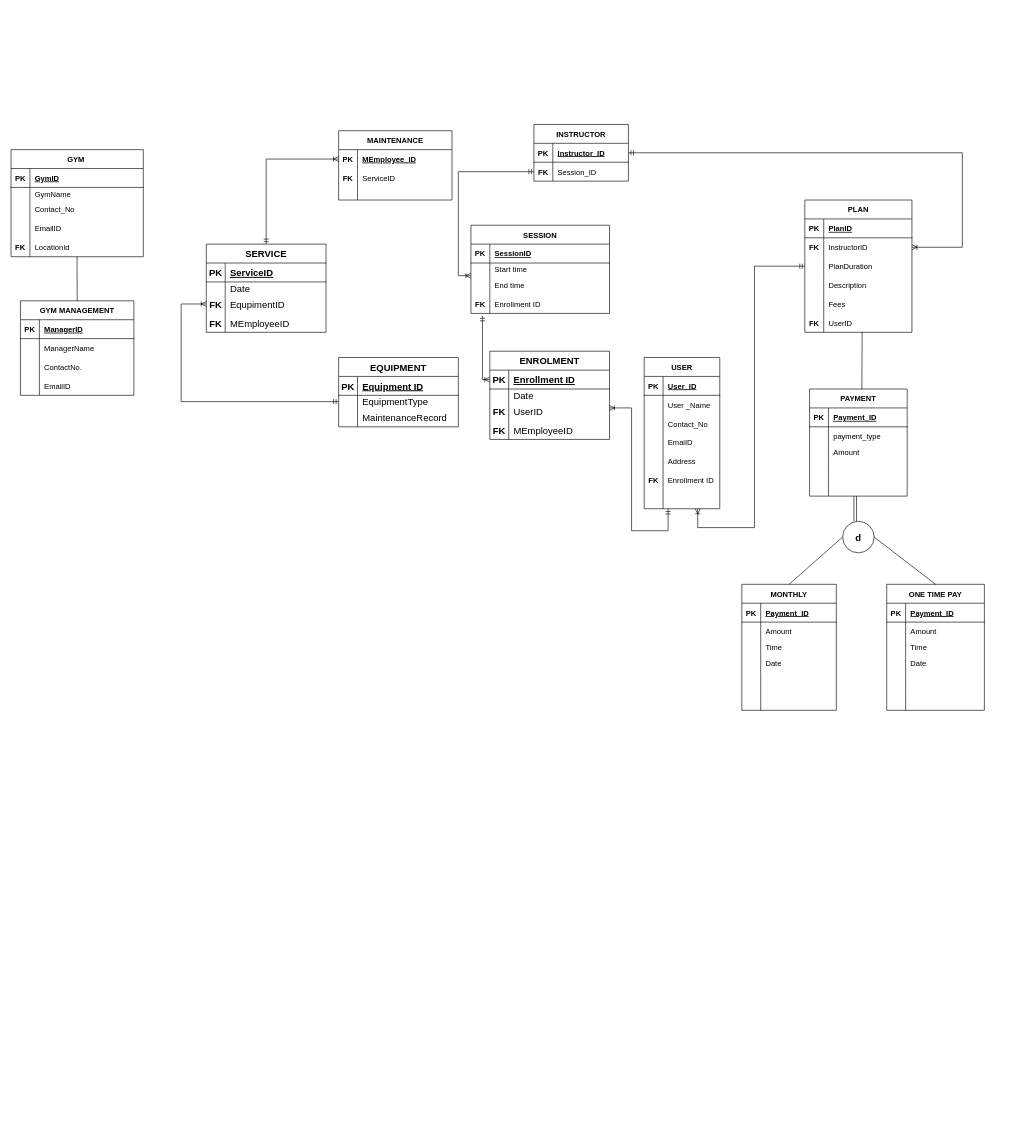
Before: Gym_Management_ERD.drawio in Tharunip/DAMG6210_PROJECT11, a draw.io diagram. Source tidied: cells renumbered, new cells numbered last; positions are measured from the earlier drawing's top-left corner, leaving out a move shared by most shapes. Both pictures are drawn from the tidied source at 63%, with x=0, y=0 at pixel (11, 124).
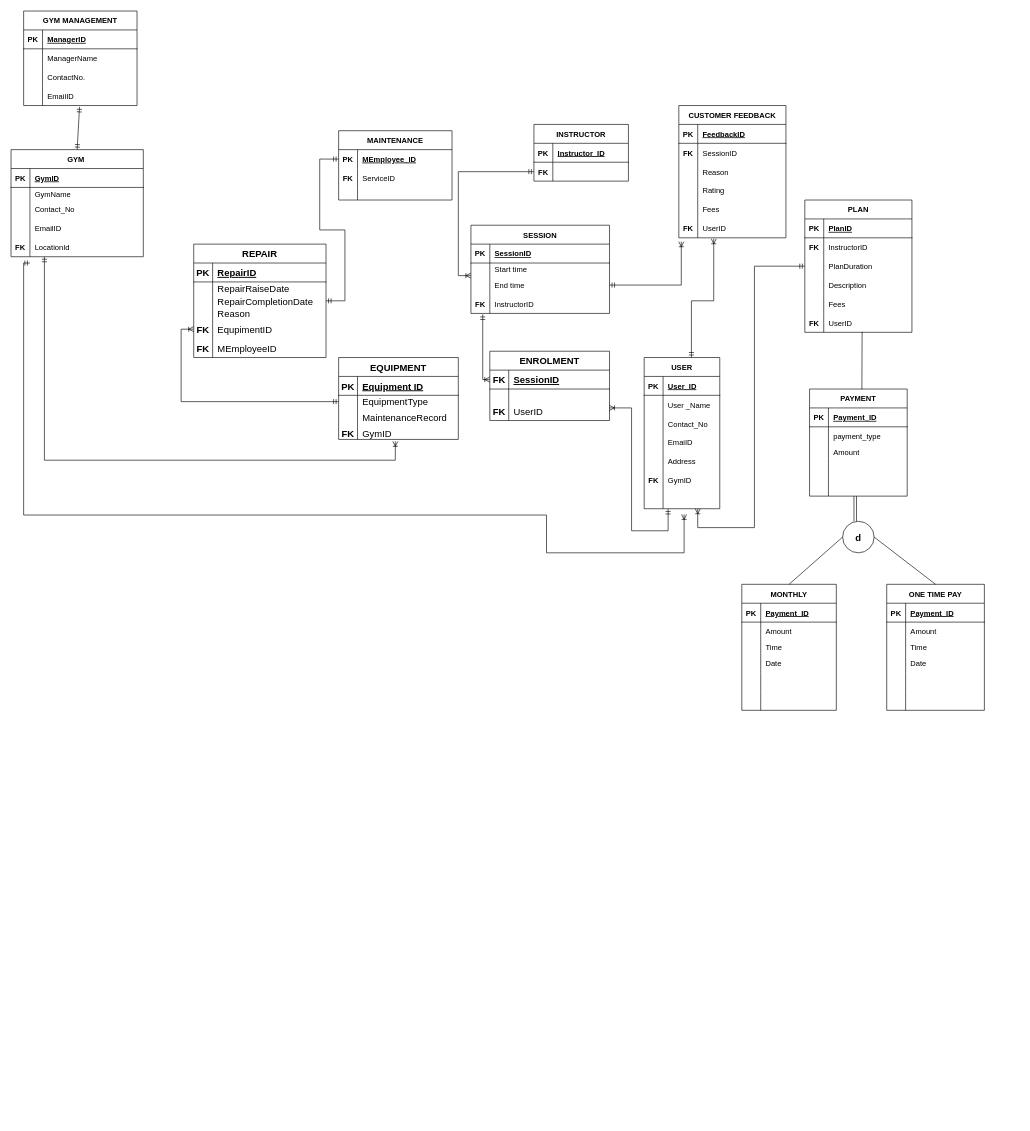
The same diagram, later.

The change refers to these unchanged cells:
```xml
<mxCell id="16" style="shape=tableRow;horizontal=0;startSize=0;swimlaneHead=0;swimlaneBody=0;fillColor=none;points=[[0,0.5],[1,0.5]];portConstraint=eastwest;top=0;left=0;right=0;bottom=0;" parent="3" vertex="1">
  <mxGeometry y="140" width="210" height="30" as="geometry" />
</mxCell>
<mxCell id="20" style="shape=tableRow;horizontal=0;startSize=0;swimlaneHead=0;swimlaneBody=0;fillColor=none;points=[[0,0.5],[1,0.5]];portConstraint=eastwest;top=0;left=0;right=0;bottom=1;" parent="19" vertex="1">
  <mxGeometry y="30" width="150" height="30" as="geometry" />
</mxCell>
<mxCell id="23" style="shape=tableRow;horizontal=0;startSize=0;swimlaneHead=0;swimlaneBody=0;fillColor=none;points=[[0,0.5],[1,0.5]];portConstraint=eastwest;top=0;left=0;right=0;bottom=0;" parent="19" vertex="1">
  <mxGeometry y="60" width="150" height="30" as="geometry" />
</mxCell>
<mxCell id="33" style="shape=tableRow;horizontal=0;startSize=0;swimlaneHead=0;swimlaneBody=0;fillColor=none;points=[[0,0.5],[1,0.5]];portConstraint=eastwest;top=0;left=0;right=0;bottom=0;" parent="26" vertex="1">
  <mxGeometry y="80" width="220" height="30" as="geometry" />
</mxCell>
<mxCell id="36" style="shape=tableRow;horizontal=0;startSize=0;swimlaneHead=0;swimlaneBody=0;fillColor=none;points=[[0,0.5],[1,0.5]];portConstraint=eastwest;top=0;left=0;right=0;bottom=0;" parent="26" vertex="1">
  <mxGeometry y="110" width="220" height="30" as="geometry" />
</mxCell>
<mxCell id="39" value="USER" style="shape=table;startSize=30;childLayout=tableLayout;rowLines=0;fontStyle=1;align=center;" parent="1" vertex="1">
  <mxGeometry x="1005" y="370" width="120" height="240" as="geometry" />
</mxCell>
<mxCell id="55" style="shape=tableRow;horizontal=0;startSize=0;swimlaneHead=0;swimlaneBody=0;fillColor=none;top=0;left=0;right=0;bottom=0;" parent="39" vertex="1">
  <mxGeometry y="180" width="120" height="30" as="geometry" />
</mxCell>
<mxCell id="58" style="shape=tableRow;horizontal=0;startSize=0;swimlaneHead=0;swimlaneBody=0;fillColor=none;points=[[0,0.5],[1,0.5]];portConstraint=eastwest;top=0;left=0;right=0;bottom=0;" parent="39" vertex="1">
  <mxGeometry y="210" width="120" height="30" as="geometry" />
</mxCell>
<mxCell id="81" style="shape=tableRow;horizontal=0;startSize=0;swimlaneHead=0;swimlaneBody=0;fillColor=none;points=[[0,0.5],[1,0.5]];portConstraint=eastwest;top=0;left=0;right=0;bottom=0;" parent="77" vertex="1">
  <mxGeometry y="60" width="170" height="30" as="geometry" />
</mxCell>
<mxCell id="106" style="shape=tableRow;horizontal=0;startSize=0;swimlaneHead=0;swimlaneBody=0;fillColor=none;points=[[0,0.5],[1,0.5]];portConstraint=eastwest;top=0;left=0;right=0;bottom=0;" parent="96" vertex="1">
  <mxGeometry y="120" width="180" height="30" as="geometry" />
</mxCell>
<mxCell id="113" style="shape=tableRow;horizontal=0;startSize=0;swimlaneHead=0;swimlaneBody=0;fillColor=none;points=[[0,0.5],[1,0.5]];portConstraint=eastwest;top=0;left=0;right=0;bottom=0;fontStyle=1;" parent="112" vertex="1">
  <mxGeometry y="30" width="180" height="30" as="geometry" />
</mxCell>
<mxCell id="160" style="shape=tableRow;horizontal=0;startSize=0;swimlaneHead=0;swimlaneBody=0;fillColor=none;points=[[0,0.5],[1,0.5]];portConstraint=eastwest;top=0;left=0;right=0;bottom=1;fontSize=15;" parent="159" vertex="1">
  <mxGeometry y="30" width="190" height="30" as="geometry" />
</mxCell>
<mxCell id="163" style="shape=tableRow;horizontal=0;startSize=0;swimlaneHead=0;swimlaneBody=0;fillColor=none;top=0;left=0;right=0;bottom=0;fontSize=15;" parent="159" vertex="1">
  <mxGeometry y="60" width="190" height="20" as="geometry" />
</mxCell>
```

Change to the diagram source:
```diff
@@
-    <mxCell id="2" style="fontSize=12;html=1;endArrow=ERoneToMany;startArrow=ERmandOne;rounded=0;elbow=vertical;entryX=0;entryY=0.5;entryDx=0;entryDy=0;edgeStyle=orthogonalEdgeStyle;exitX=0.5;exitY=0;exitDx=0;exitDy=0;" parent="1" edge="1" source="146" target="113">
-      <mxGeometry relative="1" as="geometry">
-        <Array as="points">
-          <mxPoint x="405" y="55" />
-        </Array>
-      </mxGeometry>
-    </mxCell>
@@
-    <mxCell id="25" value="Session_ID" style="shape=partialRectangle;fillColor=none;top=0;left=0;bottom=0;right=0;align=left;spacingLeft=6;overflow=hidden;" parent="23" vertex="1">
+    <mxCell id="25" style="shape=partialRectangle;fillColor=none;top=0;left=0;bottom=0;right=0;align=left;spacingLeft=6;overflow=hidden;" parent="23" vertex="1">
       <mxGeometry x="30" width="120" height="30" as="geometry" />
     </mxCell>
@@
-    <mxCell id="38" value="Enrollment ID" style="shape=partialRectangle;fillColor=none;top=0;left=0;bottom=0;right=0;align=left;spacingLeft=6;overflow=hidden;" parent="36" vertex="1">
+    <mxCell id="38" value="InstructorID" style="shape=partialRectangle;fillColor=none;top=0;left=0;bottom=0;right=0;align=left;spacingLeft=6;overflow=hidden;" parent="36" vertex="1">
       <mxGeometry x="30" width="190" height="30" as="geometry" />
     </mxCell>
@@
-    <mxCell id="57" value="Enrollment ID " style="shape=partialRectangle;fillColor=none;top=0;left=0;bottom=0;right=0;align=left;spacingLeft=6;overflow=hidden;" parent="55" vertex="1">
+    <mxCell id="57" value="GymID" style="shape=partialRectangle;fillColor=none;top=0;left=0;bottom=0;right=0;align=left;spacingLeft=6;overflow=hidden;" parent="55" vertex="1">
       <mxGeometry x="30" width="90" height="30" as="geometry" />
     </mxCell>
@@
     <mxCell id="96" value="GYM MANAGEMENT" style="shape=table;startSize=30;childLayout=tableLayout;rowLines=0;fontStyle=1;align=center;" parent="1" vertex="1">
-      <mxGeometry x="15" y="280" width="180" height="150" as="geometry" />
+      <mxGeometry x="20" y="-180" width="180" height="150" as="geometry" />
     </mxCell>
@@
     <mxCell id="123" value="EQUIPMENT" style="shape=table;startSize=30;childLayout=tableLayout;rowLines=0;fontStyle=1;align=center;fontSize=15;" parent="1" vertex="1">
-      <mxGeometry x="520" y="370" width="190" height="110" as="geometry" />
+      <mxGeometry x="520" y="370" width="190" height="130" as="geometry" />
     </mxCell>
@@
+    <mxCell id="217" style="shape=tableRow;horizontal=0;startSize=0;swimlaneHead=0;swimlaneBody=0;fillColor=none;top=0;left=0;right=0;bottom=0;fontSize=15;" parent="123" vertex="1">
+      <mxGeometry y="110" width="190" height="20" as="geometry" />
+    </mxCell>
+    <mxCell id="170" value="FK" style="shape=partialRectangle;fillColor=none;top=0;left=0;bottom=0;right=0;overflow=hidden;fontSize=15;fontStyle=1;" parent="217" vertex="1">
+      <mxGeometry width="30" height="20" as="geometry" />
+    </mxCell>
+    <mxCell id="218" value="GymID" style="shape=partialRectangle;fillColor=none;top=0;left=0;bottom=0;right=0;align=left;spacingLeft=6;overflow=hidden;fontSize=15;" parent="217" vertex="1">
+      <mxGeometry x="30" width="160" height="20" as="geometry" />
+    </mxCell>
@@
-    <mxCell id="143" style="edgeStyle=orthogonalEdgeStyle;fontSize=12;html=1;endArrow=ERoneToMany;startArrow=ERmandOne;rounded=0;exitX=1;exitY=0.5;exitDx=0;exitDy=0;entryX=1;entryY=0.5;entryDx=0;entryDy=0;" parent="1" edge="1" source="20" target="81">
-      <mxGeometry relative="1" as="geometry">
-        <Array as="points">
-          <mxPoint x="1510" y="45" />
-          <mxPoint x="1510" y="195" />
-        </Array>
-      </mxGeometry>
-    </mxCell>
-    <mxCell id="144" style="edgeStyle=orthogonalEdgeStyle;fontSize=12;html=1;endArrow=ERoneToMany;startArrow=ERmandOne;rounded=0;entryX=0;entryY=0.5;entryDx=0;entryDy=0;exitX=0.083;exitY=1.127;exitDx=0;exitDy=0;exitPerimeter=0;" parent="1" edge="1" source="36" target="160">
+    <mxCell id="144" style="edgeStyle=orthogonalEdgeStyle;fontSize=12;html=1;endArrow=ERoneToMany;startArrow=ERmandOne;rounded=0;entryX=0;entryY=0.5;entryDx=0;entryDy=0;exitX=0.085;exitY=1.053;exitDx=0;exitDy=0;exitPerimeter=0;" parent="1" edge="1" source="36" target="160">
       <mxGeometry relative="1" as="geometry">
         <Array as="points">
-          <mxPoint x="748" y="405" />
+          <mxPoint x="749" y="405" />
         </Array>
       </mxGeometry>
     </mxCell>
@@
-    <mxCell id="146" value="SERVICE" style="shape=table;startSize=30;childLayout=tableLayout;rowLines=0;fontStyle=1;align=center;fontSize=15;" parent="1" vertex="1">
-      <mxGeometry x="310" y="190" width="190" height="140" as="geometry" />
+    <mxCell id="146" value="REPAIR" style="shape=table;startSize=30;childLayout=tableLayout;rowLines=0;fontStyle=1;align=center;fontSize=15;" parent="1" vertex="1">
+      <mxGeometry x="290" y="190" width="210" height="180" as="geometry" />
     </mxCell>
     <mxCell id="147" style="shape=tableRow;horizontal=0;startSize=0;swimlaneHead=0;swimlaneBody=0;fillColor=none;top=0;left=0;right=0;bottom=1;fontSize=15;" parent="146" vertex="1">
-      <mxGeometry y="30" width="190" height="30" as="geometry" />
+      <mxGeometry y="30" width="210" height="30" as="geometry" />
     </mxCell>
@@
-    <mxCell id="149" value="ServiceID" style="shape=partialRectangle;fillColor=none;top=0;left=0;bottom=0;right=0;align=left;spacingLeft=6;fontStyle=5;overflow=hidden;fontSize=15;" parent="147" vertex="1">
-      <mxGeometry x="30" width="160" height="30" as="geometry" />
+    <mxCell id="149" value="RepairID" style="shape=partialRectangle;fillColor=none;top=0;left=0;bottom=0;right=0;align=left;spacingLeft=6;fontStyle=5;overflow=hidden;fontSize=15;" parent="147" vertex="1">
+      <mxGeometry x="30" width="180" height="30" as="geometry" />
     </mxCell>
     <mxCell id="150" style="shape=tableRow;horizontal=0;startSize=0;swimlaneHead=0;swimlaneBody=0;fillColor=none;top=0;left=0;right=0;bottom=0;fontSize=15;" parent="146" vertex="1">
-      <mxGeometry y="60" width="190" height="20" as="geometry" />
+      <mxGeometry y="60" width="210" height="20" as="geometry" />
     </mxCell>
@@
-    <mxCell id="152" value="Date" style="shape=partialRectangle;fillColor=none;top=0;left=0;bottom=0;right=0;align=left;spacingLeft=6;overflow=hidden;fontSize=15;" parent="150" vertex="1">
-      <mxGeometry x="30" width="160" height="20" as="geometry" />
+    <mxCell id="152" value="RepairRaiseDate" style="shape=partialRectangle;fillColor=none;top=0;left=0;bottom=0;right=0;align=left;spacingLeft=6;overflow=hidden;fontSize=15;" parent="150" vertex="1">
+      <mxGeometry x="30" width="180" height="20" as="geometry" />
     </mxCell>
+    <mxCell id="219" style="shape=tableRow;horizontal=0;startSize=0;swimlaneHead=0;swimlaneBody=0;fillColor=none;top=0;left=0;right=0;bottom=0;fontSize=15;" parent="146" vertex="1">
+      <mxGeometry y="80" width="210" height="20" as="geometry" />
+    </mxCell>
+    <mxCell id="220" style="shape=partialRectangle;fillColor=none;top=0;left=0;bottom=0;right=0;overflow=hidden;fontSize=15;" parent="219" vertex="1">
+      <mxGeometry width="30" height="20" as="geometry" />
+    </mxCell>
+    <mxCell id="221" value="RepairCompletionDate" style="shape=partialRectangle;fillColor=none;top=0;left=0;bottom=0;right=0;align=left;spacingLeft=6;overflow=hidden;fontSize=15;" parent="219" vertex="1">
+      <mxGeometry x="30" width="180" height="20" as="geometry" />
+    </mxCell>
+    <mxCell id="222" style="shape=tableRow;horizontal=0;startSize=0;swimlaneHead=0;swimlaneBody=0;fillColor=none;top=0;left=0;right=0;bottom=0;fontSize=15;" parent="146" vertex="1">
+      <mxGeometry y="100" width="210" height="20" as="geometry" />
+    </mxCell>
+    <mxCell id="223" style="shape=partialRectangle;fillColor=none;top=0;left=0;bottom=0;right=0;overflow=hidden;fontSize=15;" parent="222" vertex="1">
+      <mxGeometry width="30" height="20" as="geometry" />
+    </mxCell>
+    <mxCell id="224" value="Reason" style="shape=partialRectangle;fillColor=none;top=0;left=0;bottom=0;right=0;align=left;spacingLeft=6;overflow=hidden;fontSize=15;" parent="222" vertex="1">
+      <mxGeometry x="30" width="180" height="20" as="geometry" />
+    </mxCell>
     <mxCell id="153" style="shape=tableRow;horizontal=0;startSize=0;swimlaneHead=0;swimlaneBody=0;fillColor=none;points=[[0,0.5],[1,0.5]];portConstraint=eastwest;top=0;left=0;right=0;bottom=0;fontSize=15;" parent="146" vertex="1">
-      <mxGeometry y="80" width="190" height="30" as="geometry" />
+      <mxGeometry y="120" width="210" height="30" as="geometry" />
     </mxCell>
@@
     <mxCell id="155" value="EqupimentID" style="shape=partialRectangle;fillColor=none;top=0;left=0;bottom=0;right=0;align=left;spacingLeft=6;overflow=hidden;fontSize=15;" parent="153" vertex="1">
-      <mxGeometry x="30" width="160" height="30" as="geometry" />
+      <mxGeometry x="30" width="180" height="30" as="geometry" />
     </mxCell>
     <mxCell id="156" style="shape=tableRow;horizontal=0;startSize=0;swimlaneHead=0;swimlaneBody=0;fillColor=none;top=0;left=0;right=0;bottom=0;fontSize=15;" parent="146" vertex="1">
-      <mxGeometry y="110" width="190" height="30" as="geometry" />
+      <mxGeometry y="150" width="210" height="30" as="geometry" />
     </mxCell>
@@
     <mxCell id="158" value="MEmployeeID" style="shape=partialRectangle;fillColor=none;top=0;left=0;bottom=0;right=0;align=left;spacingLeft=6;overflow=hidden;fontSize=15;" parent="156" vertex="1">
-      <mxGeometry x="30" width="160" height="30" as="geometry" />
+      <mxGeometry x="30" width="180" height="30" as="geometry" />
     </mxCell>
     <mxCell id="159" value="ENROLMENT" style="shape=table;startSize=30;childLayout=tableLayout;rowLines=0;fontStyle=1;align=center;fontSize=15;" parent="1" vertex="1">
-      <mxGeometry x="760" y="360" width="190" height="140" as="geometry" />
+      <mxGeometry x="760" y="360" width="190" height="110" as="geometry" />
     </mxCell>
@@
-    <mxCell id="161" value="PK" style="shape=partialRectangle;fillColor=none;top=0;left=0;bottom=0;right=0;fontStyle=1;overflow=hidden;fontSize=15;" parent="160" vertex="1">
+    <mxCell id="161" value="FK" style="shape=partialRectangle;fillColor=none;top=0;left=0;bottom=0;right=0;fontStyle=1;overflow=hidden;fontSize=15;" parent="160" vertex="1">
       <mxGeometry width="30" height="30" as="geometry" />
     </mxCell>
-    <mxCell id="162" value="Enrollment ID" style="shape=partialRectangle;fillColor=none;top=0;left=0;bottom=0;right=0;align=left;spacingLeft=6;fontStyle=5;overflow=hidden;fontSize=15;" parent="160" vertex="1">
+    <mxCell id="162" value="SessionID" style="shape=partialRectangle;fillColor=none;top=0;left=0;bottom=0;right=0;align=left;spacingLeft=6;fontStyle=5;overflow=hidden;fontSize=15;" parent="160" vertex="1">
       <mxGeometry x="30" width="160" height="30" as="geometry" />
     </mxCell>
@@
-    <mxCell id="165" value="Date" style="shape=partialRectangle;fillColor=none;top=0;left=0;bottom=0;right=0;align=left;spacingLeft=6;overflow=hidden;fontSize=15;" parent="163" vertex="1">
+    <mxCell id="165" style="shape=partialRectangle;fillColor=none;top=0;left=0;bottom=0;right=0;align=left;spacingLeft=6;overflow=hidden;fontSize=15;" parent="163" vertex="1">
       <mxGeometry x="30" width="160" height="20" as="geometry" />
     </mxCell>
@@
-    <mxCell id="169" style="shape=tableRow;horizontal=0;startSize=0;swimlaneHead=0;swimlaneBody=0;fillColor=none;top=0;left=0;right=0;bottom=0;fontSize=15;" parent="159" vertex="1">
-      <mxGeometry y="110" width="190" height="30" as="geometry" />
-    </mxCell>
-    <mxCell id="170" value="FK" style="shape=partialRectangle;fillColor=none;top=0;left=0;bottom=0;right=0;overflow=hidden;fontSize=15;fontStyle=1;" parent="169" vertex="1">
-      <mxGeometry width="30" height="30" as="geometry" />
-    </mxCell>
-    <mxCell id="171" value="MEmployeeID" style="shape=partialRectangle;fillColor=none;top=0;left=0;bottom=0;right=0;align=left;spacingLeft=6;overflow=hidden;fontSize=15;" parent="169" vertex="1">
-      <mxGeometry x="30" width="160" height="30" as="geometry" />
-    </mxCell>
@@
-    <mxCell id="215" style="endArrow=none;html=1;rounded=0;entryX=0.499;entryY=1.006;entryDx=0;entryDy=0;entryPerimeter=0;exitX=0.5;exitY=0;exitDx=0;exitDy=0;" parent="1" edge="1" source="96" target="16">
-      <mxGeometry relative="1" as="geometry" />
-    </mxCell>
@@
+    <mxCell id="225" style="fontSize=12;html=1;endArrow=ERmandOne;startArrow=ERmandOne;rounded=0;entryX=0.493;entryY=1.069;entryDx=0;entryDy=0;entryPerimeter=0;" parent="1" edge="1" target="106">
+      <mxGeometry relative="1" as="geometry">
+        <mxPoint x="105" y="40" as="sourcePoint" />
+      </mxGeometry>
+    </mxCell>
+    <mxCell id="226" style="fontSize=12;html=1;endArrow=ERoneToMany;startArrow=ERmandOne;rounded=0;elbow=vertical;edgeStyle=orthogonalEdgeStyle;" parent="1" edge="1">
+      <mxGeometry relative="1" as="geometry">
+        <mxPoint x="53" y="210" as="sourcePoint" />
+        <mxPoint x="610" y="503" as="targetPoint" />
+        <Array as="points">
+          <mxPoint x="53" y="533" />
+          <mxPoint x="610" y="533" />
+        </Array>
+      </mxGeometry>
+    </mxCell>
+    <mxCell id="2" style="edgeStyle=entityRelationEdgeStyle;fontSize=12;html=1;endArrow=ERmandOne;startArrow=ERmandOne;rounded=0;entryX=0;entryY=0.5;entryDx=0;entryDy=0;" parent="1" edge="1" source="146" target="113">
+      <mxGeometry relative="1" as="geometry" />
+    </mxCell>
+    <mxCell id="227" style="fontSize=12;html=1;endArrow=ERoneToMany;startArrow=ERmandOne;rounded=0;elbow=vertical;edgeStyle=orthogonalEdgeStyle;entryX=0.528;entryY=1.299;entryDx=0;entryDy=0;entryPerimeter=0;" parent="1" edge="1" target="58">
+      <mxGeometry relative="1" as="geometry">
+        <mxPoint x="30" y="220" as="sourcePoint" />
+        <Array as="points">
+          <mxPoint x="20" y="220" />
+          <mxPoint x="20" y="620" />
+          <mxPoint x="850" y="620" />
+          <mxPoint x="850" y="680" />
+          <mxPoint x="1068" y="680" />
+        </Array>
+      </mxGeometry>
+    </mxCell>
+    <mxCell id="228" value="CUSTOMER FEEDBACK" style="shape=table;startSize=30;childLayout=tableLayout;rowLines=0;fontStyle=1;align=center;" parent="1" vertex="1">
+      <mxGeometry x="1060" y="-30" width="170" height="210" as="geometry" />
+    </mxCell>
+    <mxCell id="229" style="shape=tableRow;horizontal=0;startSize=0;swimlaneHead=0;swimlaneBody=0;fillColor=none;top=0;left=0;right=0;bottom=1;" parent="228" vertex="1">
+      <mxGeometry y="30" width="170" height="30" as="geometry" />
+    </mxCell>
+    <mxCell id="230" value="PK" style="shape=partialRectangle;fillColor=none;top=0;left=0;bottom=0;right=0;fontStyle=1;overflow=hidden;" parent="229" vertex="1">
+      <mxGeometry width="30" height="30" as="geometry" />
+    </mxCell>
+    <mxCell id="231" value="FeedbackID" style="shape=partialRectangle;fillColor=none;top=0;left=0;bottom=0;right=0;align=left;spacingLeft=6;fontStyle=5;overflow=hidden;" parent="229" vertex="1">
+      <mxGeometry x="30" width="140" height="30" as="geometry" />
+    </mxCell>
+    <mxCell id="232" style="shape=tableRow;horizontal=0;startSize=0;swimlaneHead=0;swimlaneBody=0;fillColor=none;top=0;left=0;right=0;bottom=0;" parent="228" vertex="1">
+      <mxGeometry y="60" width="170" height="30" as="geometry" />
+    </mxCell>
+    <mxCell id="233" value="FK" style="shape=partialRectangle;fillColor=none;top=0;left=0;bottom=0;right=0;overflow=hidden;fontStyle=1;" parent="232" vertex="1">
+      <mxGeometry width="30" height="30" as="geometry" />
+    </mxCell>
+    <mxCell id="234" value="SessionID" style="shape=partialRectangle;fillColor=none;top=0;left=0;bottom=0;right=0;align=left;spacingLeft=6;overflow=hidden;" parent="232" vertex="1">
+      <mxGeometry x="30" width="140" height="30" as="geometry" />
+    </mxCell>
+    <mxCell id="235" style="shape=tableRow;horizontal=0;startSize=0;swimlaneHead=0;swimlaneBody=0;fillColor=none;top=0;left=0;right=0;bottom=0;" parent="228" vertex="1">
+      <mxGeometry y="90" width="170" height="30" as="geometry" />
+    </mxCell>
+    <mxCell id="236" style="shape=partialRectangle;fillColor=none;top=0;left=0;bottom=0;right=0;overflow=hidden;" parent="235" vertex="1">
+      <mxGeometry width="30" height="30" as="geometry" />
+    </mxCell>
+    <mxCell id="237" value="Reason" style="shape=partialRectangle;fillColor=none;top=0;left=0;bottom=0;right=0;align=left;spacingLeft=6;overflow=hidden;" parent="235" vertex="1">
+      <mxGeometry x="30" width="140" height="30" as="geometry" />
+    </mxCell>
+    <mxCell id="238" style="shape=tableRow;horizontal=0;startSize=0;swimlaneHead=0;swimlaneBody=0;fillColor=none;top=0;left=0;right=0;bottom=0;" parent="228" vertex="1">
+      <mxGeometry y="120" width="170" height="30" as="geometry" />
+    </mxCell>
+    <mxCell id="239" style="shape=partialRectangle;fillColor=none;top=0;left=0;bottom=0;right=0;overflow=hidden;" parent="238" vertex="1">
+      <mxGeometry width="30" height="30" as="geometry" />
+    </mxCell>
+    <mxCell id="240" value="Rating" style="shape=partialRectangle;fillColor=none;top=0;left=0;bottom=0;right=0;align=left;spacingLeft=6;overflow=hidden;" parent="238" vertex="1">
+      <mxGeometry x="30" width="140" height="30" as="geometry" />
+    </mxCell>
+    <mxCell id="241" style="shape=tableRow;horizontal=0;startSize=0;swimlaneHead=0;swimlaneBody=0;fillColor=none;top=0;left=0;right=0;bottom=0;" parent="228" vertex="1">
+      <mxGeometry y="150" width="170" height="30" as="geometry" />
+    </mxCell>
+    <mxCell id="242" style="shape=partialRectangle;fillColor=none;top=0;left=0;bottom=0;right=0;overflow=hidden;" parent="241" vertex="1">
+      <mxGeometry width="30" height="30" as="geometry" />
+    </mxCell>
+    <mxCell id="243" value="Fees" style="shape=partialRectangle;fillColor=none;top=0;left=0;bottom=0;right=0;align=left;spacingLeft=6;overflow=hidden;" parent="241" vertex="1">
+      <mxGeometry x="30" width="140" height="30" as="geometry" />
+    </mxCell>
+    <mxCell id="244" style="shape=tableRow;horizontal=0;startSize=0;swimlaneHead=0;swimlaneBody=0;fillColor=none;points=[[0,0.5],[1,0.5]];portConstraint=eastwest;top=0;left=0;right=0;bottom=0;" parent="228" vertex="1">
+      <mxGeometry y="180" width="170" height="30" as="geometry" />
+    </mxCell>
+    <mxCell id="245" value="FK" style="shape=partialRectangle;fillColor=none;top=0;left=0;bottom=0;right=0;overflow=hidden;fontStyle=1;" parent="244" vertex="1">
+      <mxGeometry width="30" height="30" as="geometry" />
+    </mxCell>
+    <mxCell id="246" value="UserID" style="shape=partialRectangle;fillColor=none;top=0;left=0;bottom=0;right=0;align=left;spacingLeft=6;overflow=hidden;" parent="244" vertex="1">
+      <mxGeometry x="30" width="140" height="30" as="geometry" />
+    </mxCell>
+    <mxCell id="247" style="edgeStyle=orthogonalEdgeStyle;fontSize=12;html=1;endArrow=ERoneToMany;startArrow=ERmandOne;rounded=0;entryX=0.326;entryY=1.046;entryDx=0;entryDy=0;exitX=0.625;exitY=0;exitDx=0;exitDy=0;exitPerimeter=0;entryPerimeter=0;" parent="1" edge="1" source="39" target="244">
+      <mxGeometry relative="1" as="geometry">
+        <Array as="points">
+          <mxPoint x="1080" y="280" />
+          <mxPoint x="1115" y="280" />
+        </Array>
+      </mxGeometry>
+    </mxCell>
+    <mxCell id="248" style="edgeStyle=orthogonalEdgeStyle;fontSize=12;html=1;endArrow=ERoneToMany;startArrow=ERmandOne;rounded=0;entryX=0.023;entryY=1.205;entryDx=0;entryDy=0;exitX=1;exitY=0.5;exitDx=0;exitDy=0;entryPerimeter=0;" parent="1" edge="1" source="33" target="244">
+      <mxGeometry relative="1" as="geometry">
+        <Array as="points">
+          <mxPoint x="1064" y="255" />
+        </Array>
+      </mxGeometry>
+    </mxCell>
```
